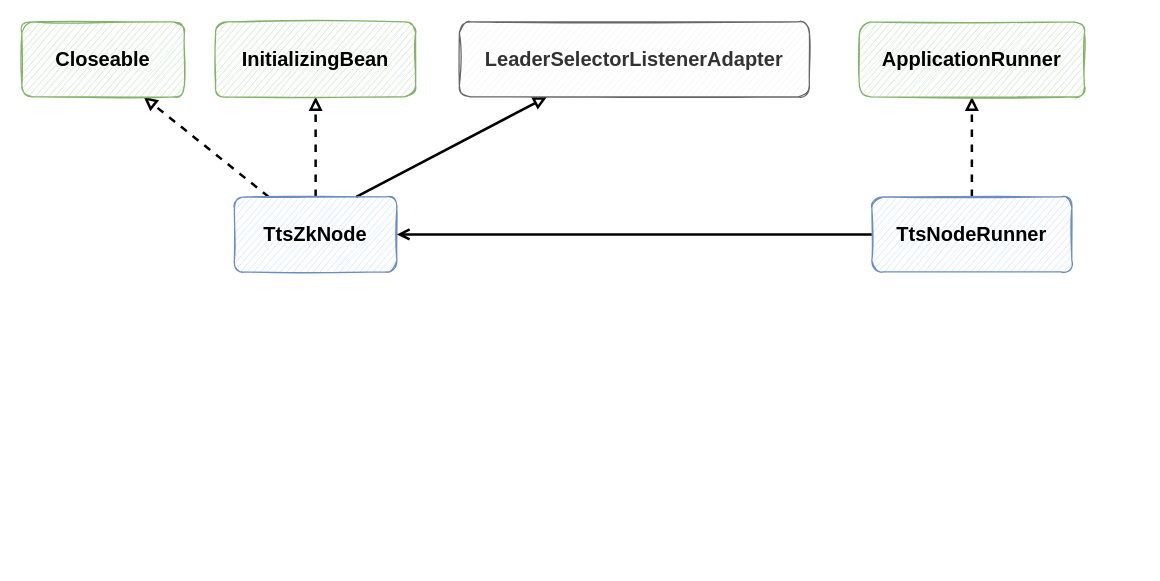
FangYuan33/transportation-track-system keeps this draw.io diagram as images/TTS组件实现原理类图.drawio. Above is the earlier version. Source tidied: cells renumbered, new cells numbered last; positions are measured from the earlier drawing's top-left corner, leaving out a move shared by most shapes. Both pictures are drawn from the tidied source at 125%, with x=0, y=0 at pixel (21, 21).
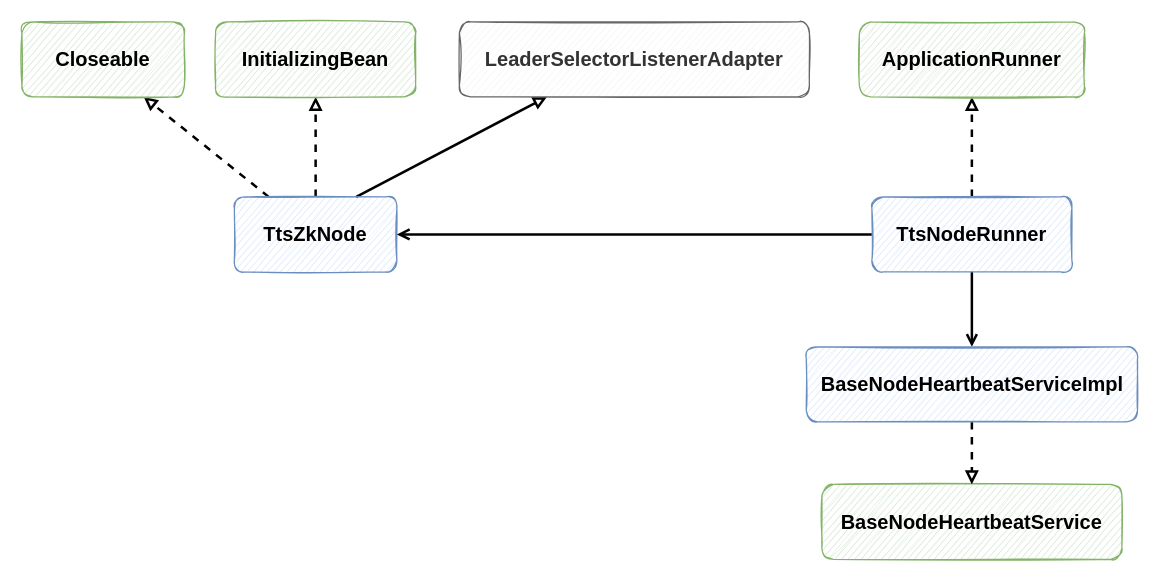
The same diagram, later.

What changed in the source:
```diff
@@
 <mxGraphModel>
   <root>
     <mxCell id="0" />
     <mxCell id="1" parent="0" />
     <mxCell id="2" style="rounded=0;jettySize=auto;html=1;entryX=0.75;entryY=1;entryDx=0;entryDy=0;strokeWidth=2;endArrow=block;endFill=0;dashed=1;" parent="1" edge="1" source="5" target="6">
       <mxGeometry relative="1" as="geometry" />
     </mxCell>
     <mxCell id="3" style="edgeStyle=none;rounded=0;jettySize=auto;html=1;exitX=0.5;exitY=0;exitDx=0;exitDy=0;entryX=0.5;entryY=1;entryDx=0;entryDy=0;dashed=1;strokeWidth=2;endArrow=block;endFill=0;" parent="1" edge="1" source="5" target="7">
       <mxGeometry relative="1" as="geometry" />
     </mxCell>
     <mxCell id="4" style="edgeStyle=none;rounded=0;jettySize=auto;html=1;exitX=0.75;exitY=0;exitDx=0;exitDy=0;entryX=0.25;entryY=1;entryDx=0;entryDy=0;strokeWidth=2;endArrow=block;endFill=0;" parent="1" edge="1" source="5" target="8">
       <mxGeometry relative="1" as="geometry" />
     </mxCell>
     <mxCell id="5" value="&lt;span style=&quot;font-size: 16px;&quot;&gt;&lt;b&gt;TtsZkNode&lt;/b&gt;&lt;/span&gt;" style="rounded=1;whiteSpace=wrap;html=1;sketch=1;fillColor=#dae8fc;strokeColor=#6c8ebf;" parent="1" vertex="1">
       <mxGeometry x="170" y="140" width="130" height="60" as="geometry" />
     </mxCell>
     <mxCell id="6" value="&lt;span style=&quot;font-size: 16px;&quot;&gt;&lt;b&gt;Closeable&lt;/b&gt;&lt;/span&gt;" style="rounded=1;whiteSpace=wrap;html=1;sketch=1;fillColor=#d5e8d4;strokeColor=#82b366;" parent="1" vertex="1">
       <mxGeometry width="130" height="60" as="geometry" />
     </mxCell>
     <mxCell id="7" value="&lt;span style=&quot;font-size: 16px;&quot;&gt;&lt;b&gt;InitializingBean&lt;/b&gt;&lt;/span&gt;" style="rounded=1;whiteSpace=wrap;html=1;sketch=1;fillColor=#d5e8d4;strokeColor=#82b366;" parent="1" vertex="1">
       <mxGeometry x="155" width="160" height="60" as="geometry" />
     </mxCell>
     <mxCell id="8" value="&lt;span style=&quot;font-size: 16px;&quot;&gt;&lt;b&gt;LeaderSelectorListenerAdapter&lt;/b&gt;&lt;/span&gt;" style="rounded=1;whiteSpace=wrap;html=1;sketch=1;fillColor=#f5f5f5;strokeColor=#666666;fontColor=#333333;" parent="1" vertex="1">
       <mxGeometry x="350" width="280" height="60" as="geometry" />
     </mxCell>
     <mxCell id="9" style="edgeStyle=orthogonalEdgeStyle;rounded=0;jettySize=auto;html=1;entryX=0.5;entryY=1;entryDx=0;entryDy=0;dashed=1;strokeWidth=2;endArrow=block;endFill=0;" parent="1" edge="1" source="11" target="12">
       <mxGeometry relative="1" as="geometry" />
     </mxCell>
     <mxCell id="10" style="edgeStyle=orthogonalEdgeStyle;rounded=0;jettySize=auto;html=1;strokeWidth=2;endArrow=open;endFill=0;" parent="1" edge="1" source="11" target="5">
       <mxGeometry relative="1" as="geometry" />
     </mxCell>
+    <mxCell id="13" style="edgeStyle=orthogonalEdgeStyle;rounded=0;jettySize=auto;html=1;exitX=0.5;exitY=1;exitDx=0;exitDy=0;strokeWidth=2;endArrow=open;endFill=0;" parent="1" edge="1" source="11" target="16">
+      <mxGeometry relative="1" as="geometry" />
+    </mxCell>
     <mxCell id="11" value="&lt;span style=&quot;font-size: 16px;&quot;&gt;&lt;b&gt;TtsNodeRunner&lt;/b&gt;&lt;/span&gt;" style="rounded=1;whiteSpace=wrap;html=1;sketch=1;fillColor=#dae8fc;strokeColor=#6c8ebf;" parent="1" vertex="1">
       <mxGeometry x="680" y="140" width="160" height="60" as="geometry" />
     </mxCell>
     <mxCell id="12" value="&lt;span style=&quot;font-size: 16px;&quot;&gt;&lt;b&gt;ApplicationRunner&lt;/b&gt;&lt;/span&gt;" style="rounded=1;whiteSpace=wrap;html=1;sketch=1;fillColor=#d5e8d4;strokeColor=#82b366;" parent="1" vertex="1">
       <mxGeometry x="670" width="180" height="60" as="geometry" />
     </mxCell>
+    <mxCell id="14" value="&lt;span style=&quot;font-size: 16px;&quot;&gt;&lt;b&gt;BaseNodeHeartbeatService&lt;/b&gt;&lt;/span&gt;" style="rounded=1;whiteSpace=wrap;html=1;sketch=1;fillColor=#d5e8d4;strokeColor=#82b366;" parent="1" vertex="1">
+      <mxGeometry x="640" y="370" width="240" height="60" as="geometry" />
+    </mxCell>
+    <mxCell id="15" style="edgeStyle=orthogonalEdgeStyle;rounded=0;jettySize=auto;html=1;exitX=0.5;exitY=1;exitDx=0;exitDy=0;strokeWidth=2;dashed=1;endArrow=block;endFill=0;" parent="1" edge="1" source="16" target="14">
+      <mxGeometry relative="1" as="geometry" />
+    </mxCell>
+    <mxCell id="16" value="&lt;b style=&quot;border-color: var(--border-color); font-size: 16px;&quot;&gt;BaseNodeHeartbeatServiceImpl&lt;/b&gt;" style="rounded=1;whiteSpace=wrap;html=1;sketch=1;fillColor=#dae8fc;strokeColor=#6c8ebf;" parent="1" vertex="1">
+      <mxGeometry x="627.5" y="260" width="265" height="60" as="geometry" />
+    </mxCell>
   </root>
 </mxGraphModel>
```
